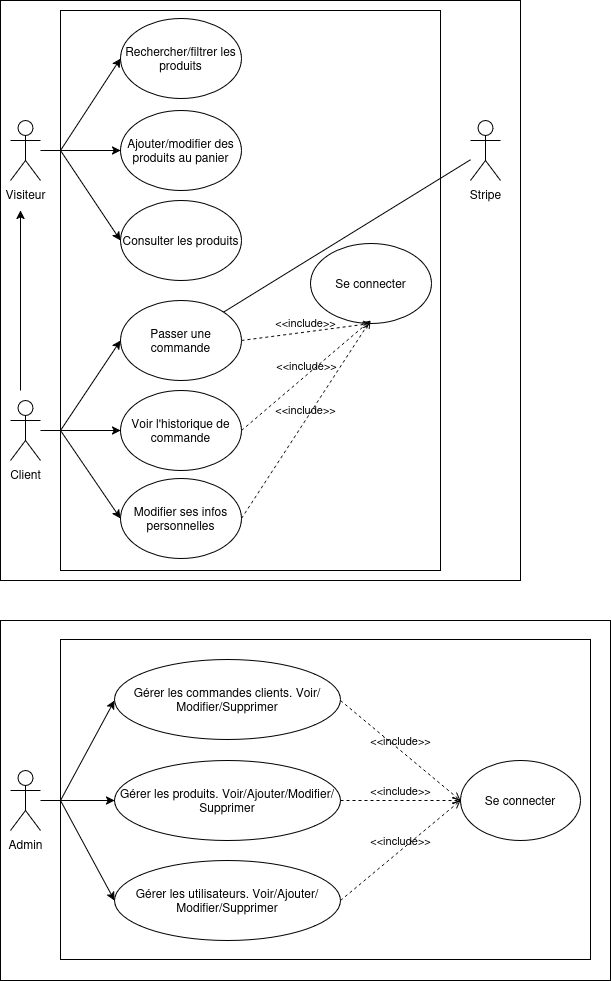
The draw.io diagram WrapVintage.drawio.png in Namoux/WrapVintage, before a commit. Source tidied: cells renumbered, new cells last; positions are measured from the earlier drawing's top-left corner, leaving out a move shared by most shapes.
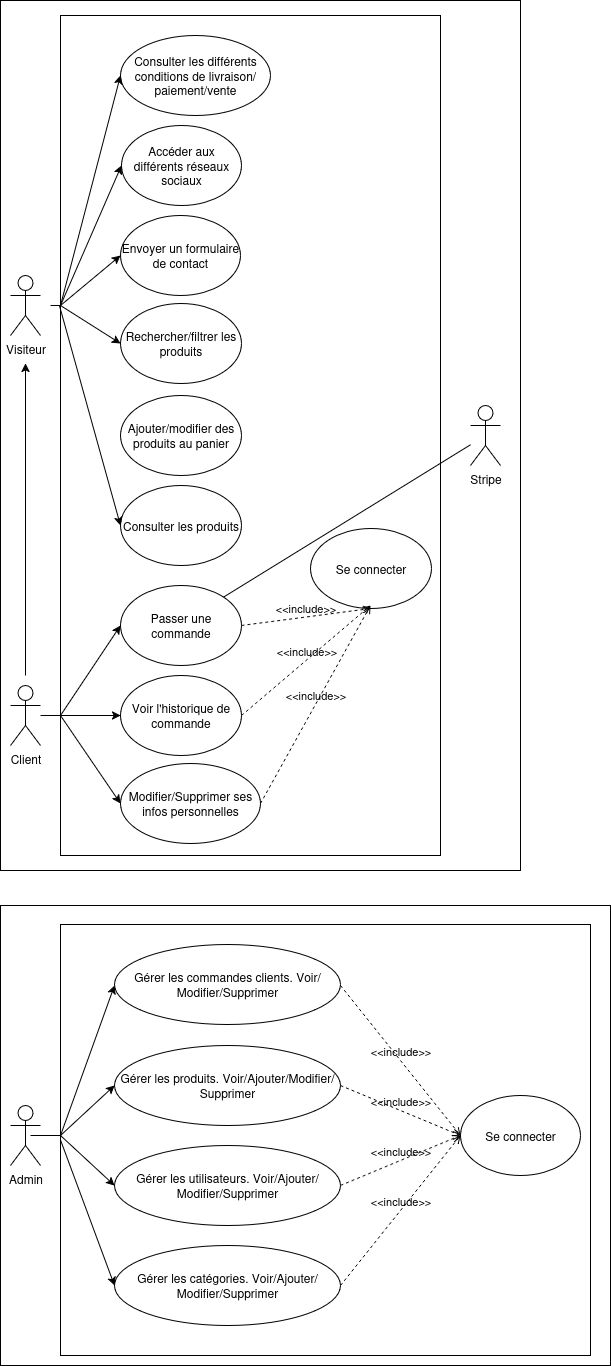
The same file after the commit.

Diff of the diagram source:
```diff
@@ -2,29 +2,26 @@
   <root>
     <mxCell id="0" />
     <mxCell id="1" parent="0" />
-    <mxCell id="2" style="rounded=0;whiteSpace=wrap;html=1;" parent="1" vertex="1">
-      <mxGeometry y="620" width="610" height="360" as="geometry" />
-    </mxCell>
-    <mxCell id="3" style="rounded=0;whiteSpace=wrap;html=1;" parent="1" vertex="1">
-      <mxGeometry width="520" height="580" as="geometry" />
-    </mxCell>
-    <mxCell id="4" style="rounded=0;whiteSpace=wrap;html=1;" parent="1" vertex="1">
-      <mxGeometry x="60" y="639" width="530" height="320" as="geometry" />
-    </mxCell>
-    <mxCell id="5" style="rounded=0;whiteSpace=wrap;html=1;" parent="1" vertex="1">
-      <mxGeometry x="60" y="10" width="380" height="560" as="geometry" />
-    </mxCell>
-    <mxCell id="6" style="edgeStyle=orthogonalEdgeStyle;rounded=0;jettySize=auto;html=1;" parent="1" edge="1" source="7" target="10">
-      <mxGeometry relative="1" as="geometry" />
-    </mxCell>
+    <mxCell id="39" style="rounded=0;whiteSpace=wrap;html=1;" parent="1" vertex="1">
+      <mxGeometry y="620" width="610" height="460" as="geometry" />
+    </mxCell>
+    <mxCell id="40" style="rounded=0;whiteSpace=wrap;html=1;" parent="1" vertex="1">
+      <mxGeometry y="-285" width="520" height="870" as="geometry" />
+    </mxCell>
+    <mxCell id="41" style="rounded=0;whiteSpace=wrap;html=1;" parent="1" vertex="1">
+      <mxGeometry x="60" y="639" width="530" height="431" as="geometry" />
+    </mxCell>
+    <mxCell id="42" style="rounded=0;whiteSpace=wrap;html=1;" parent="1" vertex="1">
+      <mxGeometry x="60" y="-270" width="380" height="840" as="geometry" />
+    </mxCell>
     <mxCell id="7" value="Admin" style="shape=umlActor;verticalLabelPosition=bottom;verticalAlign=top;html=1;outlineConnect=0;" parent="1" vertex="1">
-      <mxGeometry x="10" y="770" width="30" height="60" as="geometry" />
+      <mxGeometry x="10" y="820" width="30" height="60" as="geometry" />
     </mxCell>
     <mxCell id="8" value="Gérer les utilisateurs. Voir/Ajouter/Modifier/Supprimer" style="ellipse;whiteSpace=wrap;html=1;" parent="1" vertex="1">
       <mxGeometry x="114" y="860" width="226" height="80" as="geometry" />
     </mxCell>
     <mxCell id="9" value="&lt;div&gt;Se connecter&lt;/div&gt;" style="ellipse;whiteSpace=wrap;html=1;" parent="1" vertex="1">
-      <mxGeometry x="460" y="760" width="120" height="80" as="geometry" />
+      <mxGeometry x="460" y="810" width="120" height="80" as="geometry" />
     </mxCell>
     <mxCell id="10" value="Gérer les produits. Voir/Ajouter/Modifier/Supprimer" style="ellipse;whiteSpace=wrap;html=1;" parent="1" vertex="1">
       <mxGeometry x="114" y="760" width="226" height="80" as="geometry" />
@@ -32,12 +29,12 @@
     <mxCell id="11" value="Gérer les commandes clients. Voir/Modifier/Supprimer" style="ellipse;whiteSpace=wrap;html=1;" parent="1" vertex="1">
       <mxGeometry x="114" y="659" width="226" height="80" as="geometry" />
     </mxCell>
-    <mxCell id="12" style="endArrow=classic;html=1;rounded=0;entryX=0;entryY=0.5;entryDx=0;entryDy=0;" parent="1" edge="1">
-      <mxGeometry relative="1" as="geometry">
-        <mxPoint x="60" y="800" as="sourcePoint" />
-        <mxPoint x="114" y="700" as="targetPoint" />
-      </mxGeometry>
-    </mxCell>
+    <mxCell id="43" style="endArrow=classic;html=1;rounded=0;entryX=0;entryY=0.5;entryDx=0;entryDy=0;" parent="1" edge="1">
+      <mxGeometry relative="1" as="geometry">
+        <mxPoint x="60" y="850" as="sourcePoint" />
+        <mxPoint x="114" y="700" as="targetPoint" />
+      </mxGeometry>
+    </mxCell>
     <mxCell id="13" value="Consulter les produits" style="ellipse;whiteSpace=wrap;html=1;" parent="1" vertex="1">
       <mxGeometry x="120" y="200" width="121" height="80" as="geometry" />
     </mxCell>
@@ -56,14 +53,11 @@
     <mxCell id="18" value="Voir l'historique de commande" style="ellipse;whiteSpace=wrap;html=1;" parent="1" vertex="1">
       <mxGeometry x="120" y="390" width="121" height="80" as="geometry" />
     </mxCell>
-    <mxCell id="19" value="Modifier ses infos personnelles" style="ellipse;whiteSpace=wrap;html=1;" parent="1" vertex="1">
-      <mxGeometry x="120" y="478" width="121" height="80" as="geometry" />
-    </mxCell>
-    <mxCell id="20" style="edgeStyle=orthogonalEdgeStyle;rounded=0;jettySize=auto;html=1;" parent="1" edge="1" source="21" target="15">
-      <mxGeometry relative="1" as="geometry" />
-    </mxCell>
+    <mxCell id="44" value="Modifier/Supprimer ses infos personnelles" style="ellipse;whiteSpace=wrap;html=1;" parent="1" vertex="1">
+      <mxGeometry x="120" y="478" width="140" height="80" as="geometry" />
+    </mxCell>
     <mxCell id="21" value="Visiteur" style="shape=umlActor;verticalLabelPosition=bottom;verticalAlign=top;html=1;outlineConnect=0;" parent="1" vertex="1">
-      <mxGeometry x="10" y="120" width="30" height="60" as="geometry" />
+      <mxGeometry x="10" y="-10" width="30" height="60" as="geometry" />
     </mxCell>
     <mxCell id="22" style="edgeStyle=orthogonalEdgeStyle;rounded=0;jettySize=auto;html=1;" parent="1" edge="1" source="23" target="18">
       <mxGeometry relative="1" as="geometry" />
@@ -71,77 +65,125 @@
     <mxCell id="23" value="Client" style="shape=umlActor;verticalLabelPosition=bottom;verticalAlign=top;html=1;outlineConnect=0;" parent="1" vertex="1">
       <mxGeometry x="10" y="400" width="30" height="60" as="geometry" />
     </mxCell>
-    <mxCell id="24" style="endArrow=classic;html=1;rounded=0;entryX=0;entryY=0.5;entryDx=0;entryDy=0;" parent="1" edge="1" target="14">
-      <mxGeometry relative="1" as="geometry">
-        <mxPoint x="60" y="150" as="sourcePoint" />
-      </mxGeometry>
-    </mxCell>
-    <mxCell id="25" style="endArrow=classic;html=1;rounded=0;entryX=0;entryY=0.5;entryDx=0;entryDy=0;" parent="1" edge="1" target="13">
-      <mxGeometry relative="1" as="geometry">
-        <mxPoint x="60" y="150" as="sourcePoint" />
-      </mxGeometry>
-    </mxCell>
-    <mxCell id="26" style="endArrow=classic;html=1;rounded=0;entryX=0;entryY=0.5;entryDx=0;entryDy=0;" parent="1" edge="1" target="16">
-      <mxGeometry relative="1" as="geometry">
-        <mxPoint x="60" y="430" as="sourcePoint" />
-      </mxGeometry>
-    </mxCell>
-    <mxCell id="27" style="endArrow=classic;html=1;rounded=0;entryX=0;entryY=0.5;entryDx=0;entryDy=0;" parent="1" edge="1" target="19">
-      <mxGeometry relative="1" as="geometry">
-        <mxPoint x="60" y="430" as="sourcePoint" />
-      </mxGeometry>
-    </mxCell>
+    <mxCell id="45" style="endArrow=classic;html=1;rounded=0;entryX=0;entryY=0.5;entryDx=0;entryDy=0;" parent="1" edge="1" target="14">
+      <mxGeometry relative="1" as="geometry">
+        <mxPoint x="60" y="20" as="sourcePoint" />
+      </mxGeometry>
+    </mxCell>
+    <mxCell id="46" style="endArrow=classic;html=1;rounded=0;entryX=0;entryY=0.5;entryDx=0;entryDy=0;exitX=-0.003;exitY=0.345;exitDx=0;exitDy=0;exitPerimeter=0;" parent="1" edge="1" source="42" target="13">
+      <mxGeometry relative="1" as="geometry" />
+    </mxCell>
+    <mxCell id="47" style="endArrow=classic;html=1;rounded=0;entryX=0;entryY=0.5;entryDx=0;entryDy=0;" parent="1" edge="1" target="16">
+      <mxGeometry relative="1" as="geometry">
+        <mxPoint x="60" y="430" as="sourcePoint" />
+      </mxGeometry>
+    </mxCell>
+    <mxCell id="48" style="endArrow=classic;html=1;rounded=0;entryX=0;entryY=0.5;entryDx=0;entryDy=0;" parent="1" edge="1" target="44">
+      <mxGeometry relative="1" as="geometry">
+        <mxPoint x="60" y="430" as="sourcePoint" />
+      </mxGeometry>
+    </mxCell>
     <mxCell id="28" value="&amp;lt;&amp;lt;include&amp;gt;&amp;gt;" style="html=1;verticalAlign=bottom;labelBackgroundColor=none;endArrow=open;endFill=0;dashed=1;rounded=0;exitX=1;exitY=0.5;exitDx=0;exitDy=0;entryX=0.5;entryY=1;entryDx=0;entryDy=0;" parent="1" edge="1" source="16" target="17">
       <mxGeometry relative="1" as="geometry" />
     </mxCell>
-    <mxCell id="29" value="&amp;lt;&amp;lt;include&amp;gt;&amp;gt;" style="html=1;verticalAlign=bottom;labelBackgroundColor=none;endArrow=open;endFill=0;dashed=1;rounded=0;exitX=1;exitY=0.5;exitDx=0;exitDy=0;" parent="1" edge="1" source="18">
-      <mxGeometry relative="1" as="geometry">
-        <mxPoint x="370" y="320" as="targetPoint" />
-      </mxGeometry>
-    </mxCell>
-    <mxCell id="30" value="&amp;lt;&amp;lt;include&amp;gt;&amp;gt;" style="html=1;verticalAlign=bottom;labelBackgroundColor=none;endArrow=open;endFill=0;dashed=1;rounded=0;exitX=1;exitY=0.5;exitDx=0;exitDy=0;" parent="1" edge="1" source="19">
-      <mxGeometry relative="1" as="geometry">
-        <mxPoint x="370" y="320" as="targetPoint" />
-      </mxGeometry>
-    </mxCell>
-    <mxCell id="31" style="endArrow=classic;html=1;rounded=0;" parent="1" edge="1">
-      <mxGeometry relative="1" as="geometry">
-        <mxPoint x="20" y="390" as="sourcePoint" />
-        <mxPoint x="20" y="210" as="targetPoint" />
-      </mxGeometry>
-    </mxCell>
+    <mxCell id="49" value="&amp;lt;&amp;lt;include&amp;gt;&amp;gt;" style="html=1;verticalAlign=bottom;labelBackgroundColor=none;endArrow=open;endFill=0;dashed=1;rounded=0;exitX=1;exitY=0.5;exitDx=0;exitDy=0;" parent="1" edge="1" source="18">
+      <mxGeometry relative="1" as="geometry">
+        <mxPoint x="370" y="320" as="targetPoint" />
+      </mxGeometry>
+    </mxCell>
+    <mxCell id="50" value="&amp;lt;&amp;lt;include&amp;gt;&amp;gt;" style="html=1;verticalAlign=bottom;labelBackgroundColor=none;endArrow=open;endFill=0;dashed=1;rounded=0;exitX=1;exitY=0.5;exitDx=0;exitDy=0;" parent="1" edge="1" source="44">
+      <mxGeometry relative="1" as="geometry">
+        <mxPoint x="370" y="320" as="targetPoint" />
+      </mxGeometry>
+    </mxCell>
     <mxCell id="32" value="Stripe" style="shape=umlActor;verticalLabelPosition=bottom;verticalAlign=top;html=1;outlineConnect=0;" parent="1" vertex="1">
       <mxGeometry x="470" y="120" width="30" height="60" as="geometry" />
     </mxCell>
     <mxCell id="33" style="endArrow=none;html=1;rounded=0;entryX=1;entryY=0;entryDx=0;entryDy=0;" parent="1" edge="1" source="32" target="16">
       <mxGeometry relative="1" as="geometry" />
     </mxCell>
-    <mxCell id="34" value="&amp;lt;&amp;lt;include&amp;gt;&amp;gt;" style="html=1;verticalAlign=bottom;labelBackgroundColor=none;endArrow=open;endFill=0;dashed=1;rounded=0;exitX=1;exitY=0.5;exitDx=0;exitDy=0;entryX=0;entryY=0.5;entryDx=0;entryDy=0;" parent="1" edge="1" source="8">
-      <mxGeometry relative="1" as="geometry">
-        <mxPoint x="460" y="800" as="targetPoint" />
-      </mxGeometry>
-    </mxCell>
-    <mxCell id="35" value="&amp;lt;&amp;lt;include&amp;gt;&amp;gt;" style="html=1;verticalAlign=bottom;labelBackgroundColor=none;endArrow=open;endFill=0;dashed=1;rounded=0;exitX=1;exitY=0.5;exitDx=0;exitDy=0;entryX=0;entryY=0.5;entryDx=0;entryDy=0;" parent="1" edge="1" source="10">
-      <mxGeometry relative="1" as="geometry">
-        <mxPoint x="460" y="800" as="targetPoint" />
-      </mxGeometry>
-    </mxCell>
-    <mxCell id="36" value="&amp;lt;&amp;lt;include&amp;gt;&amp;gt;" style="html=1;verticalAlign=bottom;labelBackgroundColor=none;endArrow=open;endFill=0;dashed=1;rounded=0;exitX=1;exitY=0.5;exitDx=0;exitDy=0;entryX=0;entryY=0.5;entryDx=0;entryDy=0;" parent="1" edge="1">
-      <mxGeometry relative="1" as="geometry">
-        <mxPoint x="340" y="700" as="sourcePoint" />
-        <mxPoint x="460" y="800" as="targetPoint" />
-      </mxGeometry>
-    </mxCell>
-    <mxCell id="37" style="endArrow=classic;html=1;rounded=0;entryX=0;entryY=0.5;entryDx=0;entryDy=0;" parent="1" edge="1" target="8">
-      <mxGeometry relative="1" as="geometry">
-        <mxPoint x="60" y="800" as="sourcePoint" />
-      </mxGeometry>
-    </mxCell>
-    <mxCell id="38" style="edgeStyle=orthogonalEdgeStyle;rounded=0;orthogonalLoop=1;jettySize=auto;html=1;exitX=0.5;exitY=1;exitDx=0;exitDy=0;" parent="1" edge="1">
-      <mxGeometry relative="1" as="geometry">
-        <mxPoint x="325" y="945" as="sourcePoint" />
-        <mxPoint x="325" y="945" as="targetPoint" />
-      </mxGeometry>
-    </mxCell>
+    <mxCell id="51" value="&amp;lt;&amp;lt;include&amp;gt;&amp;gt;" style="html=1;verticalAlign=bottom;labelBackgroundColor=none;endArrow=open;endFill=0;dashed=1;rounded=0;exitX=1;exitY=0.5;exitDx=0;exitDy=0;" parent="1" edge="1" source="8">
+      <mxGeometry relative="1" as="geometry">
+        <mxPoint x="460" y="850" as="targetPoint" />
+      </mxGeometry>
+    </mxCell>
+    <mxCell id="52" value="&amp;lt;&amp;lt;include&amp;gt;&amp;gt;" style="html=1;verticalAlign=bottom;labelBackgroundColor=none;endArrow=open;endFill=0;dashed=1;rounded=0;exitX=1;exitY=0.5;exitDx=0;exitDy=0;" parent="1" edge="1" source="10">
+      <mxGeometry relative="1" as="geometry">
+        <mxPoint x="460" y="850" as="targetPoint" />
+      </mxGeometry>
+    </mxCell>
+    <mxCell id="53" value="&amp;lt;&amp;lt;include&amp;gt;&amp;gt;" style="html=1;verticalAlign=bottom;labelBackgroundColor=none;endArrow=open;endFill=0;dashed=1;rounded=0;exitX=1;exitY=0.5;exitDx=0;exitDy=0;" parent="1" edge="1">
+      <mxGeometry relative="1" as="geometry">
+        <mxPoint x="340" y="700" as="sourcePoint" />
+        <mxPoint x="460" y="850" as="targetPoint" />
+      </mxGeometry>
+    </mxCell>
+    <mxCell id="54" style="endArrow=classic;html=1;rounded=0;entryX=0;entryY=0.5;entryDx=0;entryDy=0;" parent="1" edge="1" target="8">
+      <mxGeometry relative="1" as="geometry">
+        <mxPoint x="60" y="850" as="sourcePoint" />
+      </mxGeometry>
+    </mxCell>
+    <mxCell id="55" style="edgeStyle=orthogonalEdgeStyle;rounded=0;orthogonalLoop=1;jettySize=auto;html=1;exitX=0.5;exitY=1;exitDx=0;exitDy=0;" parent="1" edge="1">
+      <mxGeometry relative="1" as="geometry">
+        <mxPoint x="325" y="945" as="sourcePoint" />
+        <mxPoint x="325" y="945" as="targetPoint" />
+      </mxGeometry>
+    </mxCell>
+    <mxCell id="56" value="Envoyer un formulaire de contact" style="ellipse;whiteSpace=wrap;html=1;" parent="1" vertex="1">
+      <mxGeometry x="120" y="-70" width="120" height="80" as="geometry" />
+    </mxCell>
+    <mxCell id="57" value="Accéder aux différents réseaux sociaux" style="ellipse;whiteSpace=wrap;html=1;" parent="1" vertex="1">
+      <mxGeometry x="121" y="-160" width="120" height="80" as="geometry" />
+    </mxCell>
+    <mxCell id="58" value="Consulter les différents conditions de livraison/paiement/vente" style="ellipse;whiteSpace=wrap;html=1;" parent="1" vertex="1">
+      <mxGeometry x="120" y="-250" width="150" height="80" as="geometry" />
+    </mxCell>
+    <mxCell id="59" value="Gérer les catégories. Voir/Ajouter/Modifier/Supprimer" style="ellipse;whiteSpace=wrap;html=1;" parent="1" vertex="1">
+      <mxGeometry x="114" y="960" width="226" height="80" as="geometry" />
+    </mxCell>
+    <mxCell id="60" value="&amp;lt;&amp;lt;include&amp;gt;&amp;gt;" style="html=1;verticalAlign=bottom;labelBackgroundColor=none;endArrow=open;endFill=0;dashed=1;rounded=0;exitX=1;exitY=0.5;exitDx=0;exitDy=0;entryX=0;entryY=0.5;entryDx=0;entryDy=0;" parent="1" edge="1" source="59" target="9">
+      <mxGeometry relative="1" as="geometry" />
+    </mxCell>
+    <mxCell id="61" style="endArrow=classic;html=1;rounded=0;entryX=0;entryY=0.5;entryDx=0;entryDy=0;" parent="1" edge="1" target="10">
+      <mxGeometry relative="1" as="geometry">
+        <mxPoint x="60" y="850" as="sourcePoint" />
+      </mxGeometry>
+    </mxCell>
+    <mxCell id="62" style="endArrow=classic;html=1;rounded=0;entryX=0;entryY=0.5;entryDx=0;entryDy=0;exitX=0;exitY=0.5;exitDx=0;exitDy=0;" parent="1" edge="1" source="41" target="59">
+      <mxGeometry relative="1" as="geometry" />
+    </mxCell>
+    <mxCell id="63" style="endArrow=none;html=1;rounded=0;" parent="1" edge="1">
+      <mxGeometry relative="1" as="geometry">
+        <mxPoint x="60" y="850" as="sourcePoint" />
+        <mxPoint x="30" y="850" as="targetPoint" />
+      </mxGeometry>
+    </mxCell>
+    <mxCell id="64" style="endArrow=classic;html=1;rounded=0;entryX=0;entryY=0.5;entryDx=0;entryDy=0;" parent="1" edge="1" target="56">
+      <mxGeometry relative="1" as="geometry">
+        <mxPoint x="60" y="20" as="sourcePoint" />
+      </mxGeometry>
+    </mxCell>
+    <mxCell id="65" style="endArrow=classic;html=1;rounded=0;entryX=0;entryY=0.5;entryDx=0;entryDy=0;" parent="1" edge="1" target="57">
+      <mxGeometry relative="1" as="geometry">
+        <mxPoint x="60" y="20" as="sourcePoint" />
+      </mxGeometry>
+    </mxCell>
+    <mxCell id="66" style="endArrow=classic;html=1;rounded=0;entryX=0;entryY=0.5;entryDx=0;entryDy=0;" parent="1" edge="1" target="58">
+      <mxGeometry relative="1" as="geometry">
+        <mxPoint x="60" y="20" as="sourcePoint" />
+      </mxGeometry>
+    </mxCell>
+    <mxCell id="67" style="endArrow=none;html=1;rounded=0;" parent="1" edge="1">
+      <mxGeometry relative="1" as="geometry">
+        <mxPoint x="60" y="20" as="sourcePoint" />
+        <mxPoint x="50" y="20" as="targetPoint" />
+      </mxGeometry>
+    </mxCell>
+    <mxCell id="68" style="endArrow=classic;html=1;rounded=0;startSize=4;" parent="1" edge="1">
+      <mxGeometry relative="1" as="geometry">
+        <mxPoint x="25" y="390" as="sourcePoint" />
+        <mxPoint x="25" y="78" as="targetPoint" />
+      </mxGeometry>
+    </mxCell>
   </root>
 </mxGraphModel>
```
